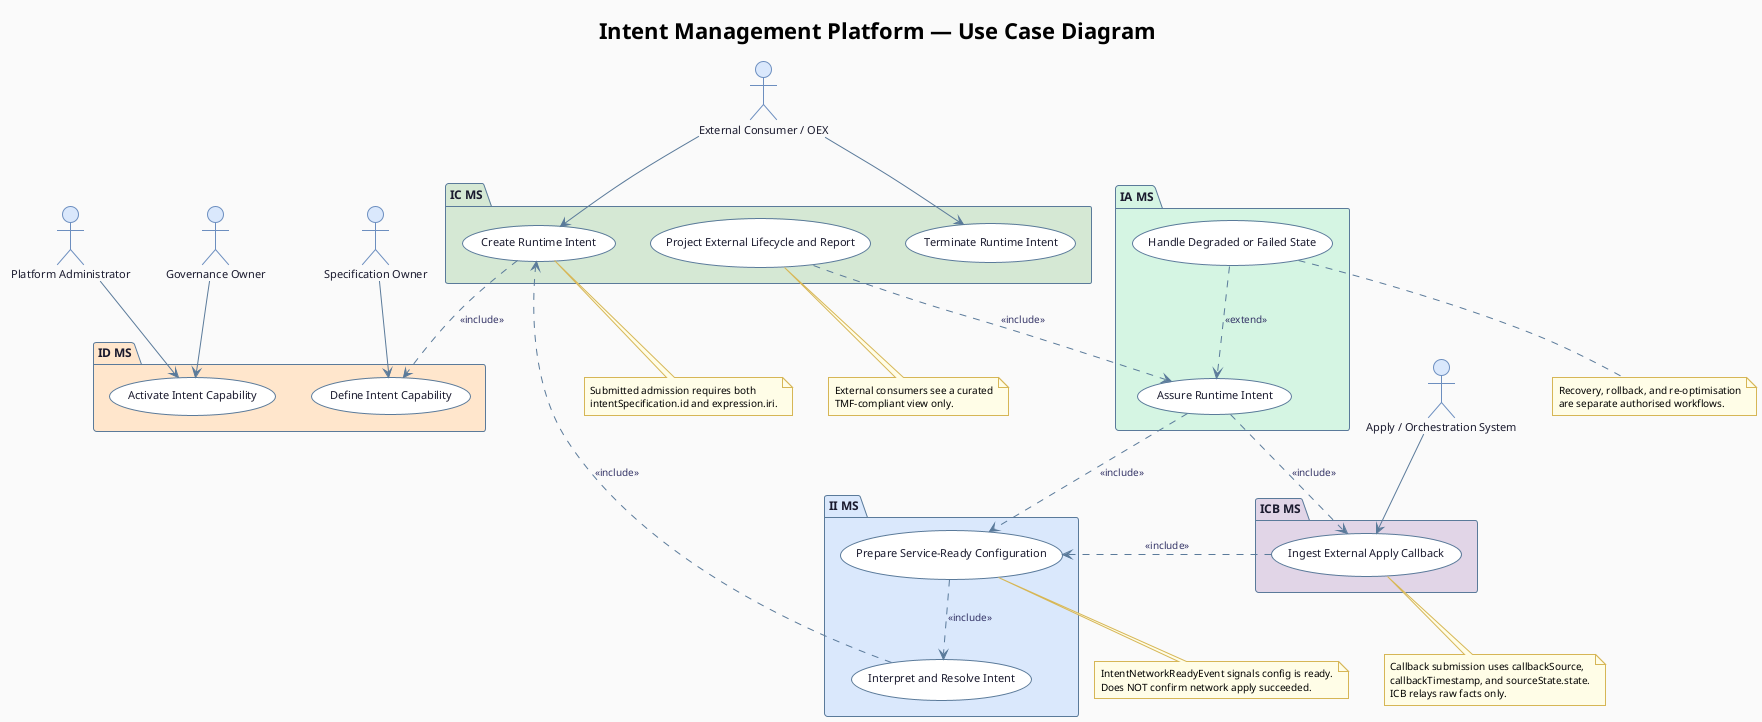
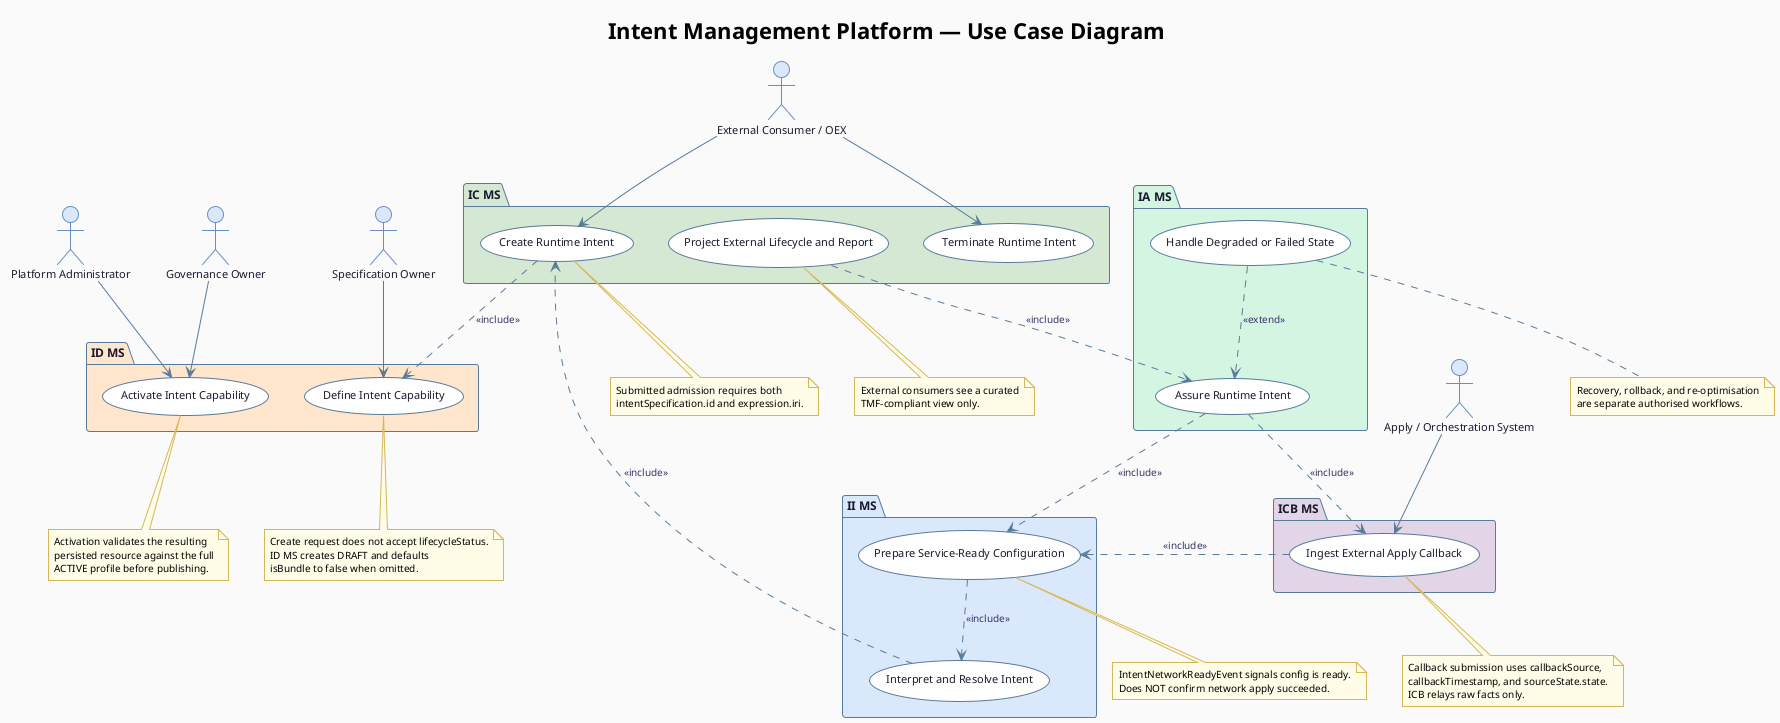
@startuml
!theme plain
skinparam backgroundColor #FAFAFA
skinparam shadowing false

skinparam usecase {
  BackgroundColor #FFFFFF
  BorderColor #5a7a9a
  FontSize 11
  FontColor #1a1a2e
  ArrowColor #5a7a9a
  ArrowFontSize 10
  ArrowFontColor #333366
}

skinparam actor {
  BackgroundColor #dae8fc
  BorderColor #6c8ebf
  FontSize 11
  FontColor #1a1a2e
}

skinparam package {
  BackgroundColor #f0f4f8
  BorderColor #5a7a9a
  FontSize 12
  FontColor #1a1a2e
}

skinparam note {
  BackgroundColor #fffde7
  BorderColor #d6b656
  FontSize 10
}

title <b>Intent Management Platform — Use Case Diagram</b>

actor "Specification Owner" as SpecOwner
actor "Governance Owner" as GovActor
actor "External Consumer / OEX" as Consumer
actor "Apply / Orchestration System" as ApplySystem
actor "Platform Administrator" as Admin

package "ID MS" #ffe6cc {
  usecase "Define Intent Capability" as UC_Define
  usecase "Activate Intent Capability" as UC_Activate
}

package "IC MS" #d5e8d4 {
  usecase "Create Runtime Intent" as UC_Create
  usecase "Terminate Runtime Intent" as UC_Terminate
  usecase "Project External Lifecycle and Report" as UC_Project
}

package "II MS" #dae8fc {
  usecase "Interpret and Resolve Intent" as UC_Interpret
  usecase "Prepare Service-Ready Configuration" as UC_Prepare
}

package "ICB MS" #e1d5e7 {
  usecase "Ingest External Apply Callback" as UC_Callback
}

package "IA MS" #d5f5e3 {
  usecase "Assure Runtime Intent" as UC_Assure
  usecase "Handle Degraded or Failed State" as UC_Degrade
}

SpecOwner   --> UC_Define
GovActor    --> UC_Activate
Admin       --> UC_Activate
Consumer    --> UC_Create
Consumer    --> UC_Terminate
ApplySystem --> UC_Callback

UC_Create    ..> UC_Define    : <<include>>
UC_Interpret ..> UC_Create    : <<include>>
UC_Prepare   ..> UC_Interpret : <<include>>
UC_Callback  ..> UC_Prepare   : <<include>>
UC_Assure    ..> UC_Prepare   : <<include>>
UC_Assure    ..> UC_Callback  : <<include>>
UC_Project   ..> UC_Assure    : <<include>>
UC_Degrade   ..> UC_Assure    : <<extend>>

+ note bottom of UC_Define
+   Create request does not accept lifecycleStatus.
+   ID MS creates DRAFT and defaults
+   isBundle to false when omitted.
+ end note
+ 
+ note bottom of UC_Activate
+   Activation validates the resulting
+   persisted resource against the full
+   ACTIVE profile before publishing.
+ end note
+ 
note bottom of UC_Create
  Submitted admission requires both
  intentSpecification.id and expression.iri.
end note

note bottom of UC_Prepare
  IntentNetworkReadyEvent signals config is ready.
  Does NOT confirm network apply succeeded.
end note

note bottom of UC_Callback
  Callback submission uses callbackSource,
  callbackTimestamp, and sourceState.state.
  ICB relays raw facts only.
end note

note bottom of UC_Project
  External consumers see a curated
  TMF-compliant view only.
end note

note bottom of UC_Degrade
  Recovery, rollback, and re-optimisation
  are separate authorised workflows.
end note

@enduml